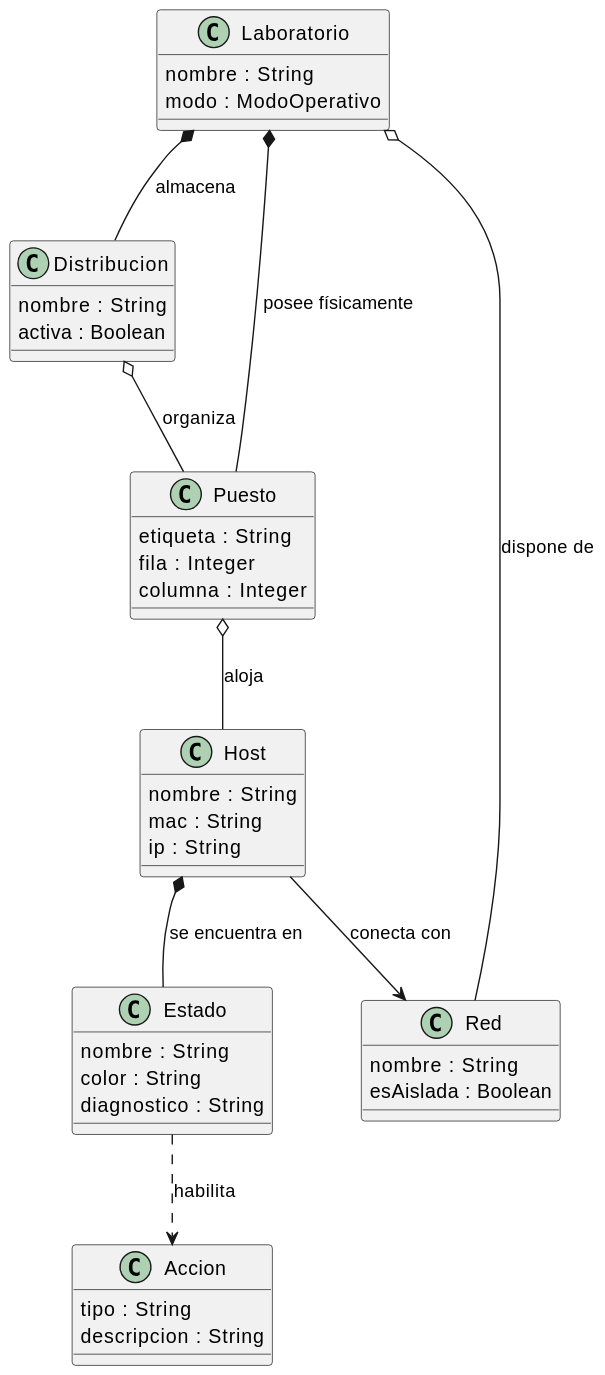
This is images/00-casos-uso/00-modelo-del-dominio/diagrama-clases.svg from Carlos-Lima2510/mesh-panel, a PlantUML export, as it was before one commit. Source of this version:
```plantuml
@startuml
class Laboratorio {
    nombre : String
    modo : ModoOperativo
}

class Distribucion {
    nombre : String
    activa : Boolean
}

class Puesto {
    etiqueta : String
    fila : Integer
    columna : Integer
}

class Host {
    nombre : String
    mac : String
    ip : String
}

class Red {
    nombre : String
    esAislada : Boolean
}

class Estado {
    nombre : String
    color : String
    diagnostico : String
}

class Accion {
    tipo : String
    descripcion : String
}

Laboratorio o-- Red : "dispone de"
Laboratorio *-- Distribucion : "almacena"
Laboratorio *-- Puesto : "posee físicamente"

Distribucion o-- Puesto : "organiza"

Puesto o-- Host : "aloja"

Host --> Red : "conecta con"

Host *-- Estado : "se encuentra en"
Estado ..> Accion : "habilita"
@enduml
```
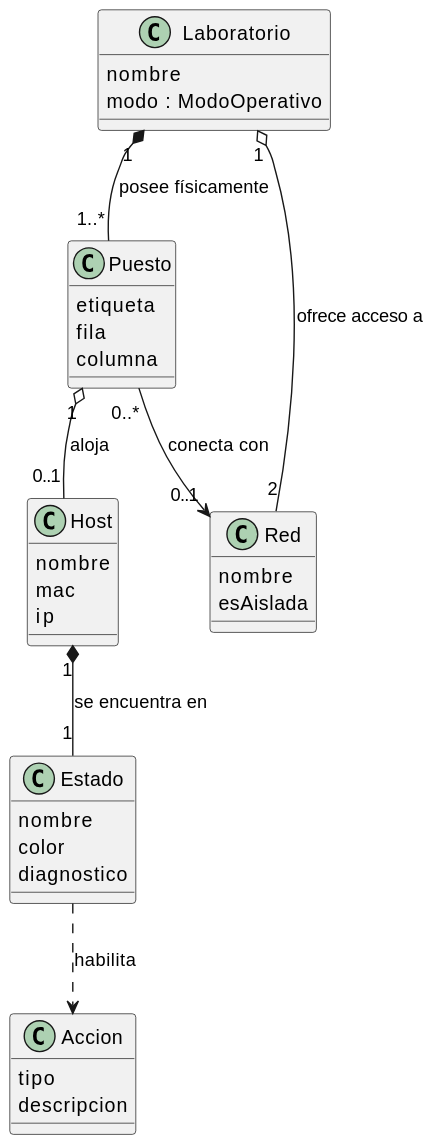
After the commit.

Commit message:
Update domain model diagram: adjust dimensions and add new elements for 'redAislada' and 'redDocente'

The edit, as a diff of the source:
```diff
@@ -1,52 +1,43 @@
 @startuml
 class Laboratorio {
-    nombre : String
+    nombre
     modo : ModoOperativo
 }
 
-class Distribucion {
-    nombre : String
-    activa : Boolean
-}
-
 class Puesto {
-    etiqueta : String
-    fila : Integer
-    columna : Integer
+    etiqueta
+    fila
+    columna
 }
 
 class Host {
-    nombre : String
-    mac : String
-    ip : String
+    nombre
+    mac
+    ip
 }
 
 class Red {
-    nombre : String
-    esAislada : Boolean
+    nombre
+    esAislada
 }
 
 class Estado {
-    nombre : String
-    color : String
-    diagnostico : String
+    nombre
+    color
+    diagnostico
 }
 
 class Accion {
-    tipo : String
-    descripcion : String
+    tipo
+    descripcion
 }
 
-Laboratorio o-- Red : "dispone de"
-Laboratorio *-- Distribucion : "almacena"
-Laboratorio *-- Puesto : "posee físicamente"
+Laboratorio "1" *-- "1..*" Puesto : "posee físicamente"
+Laboratorio "1" o-- "2" Red : "ofrece acceso a"
 
-Distribucion o-- Puesto : "organiza"
+Puesto "1" o-- "0..1" Host : "aloja"
+Puesto "0..*" --> "0..1" Red : "conecta con"
 
-Puesto o-- Host : "aloja"
-
-Host --> Red : "conecta con"
-
-Host *-- Estado : "se encuentra en"
+Host "1" *-- "1" Estado : "se encuentra en"
 Estado ..> Accion : "habilita"
 @enduml
```
